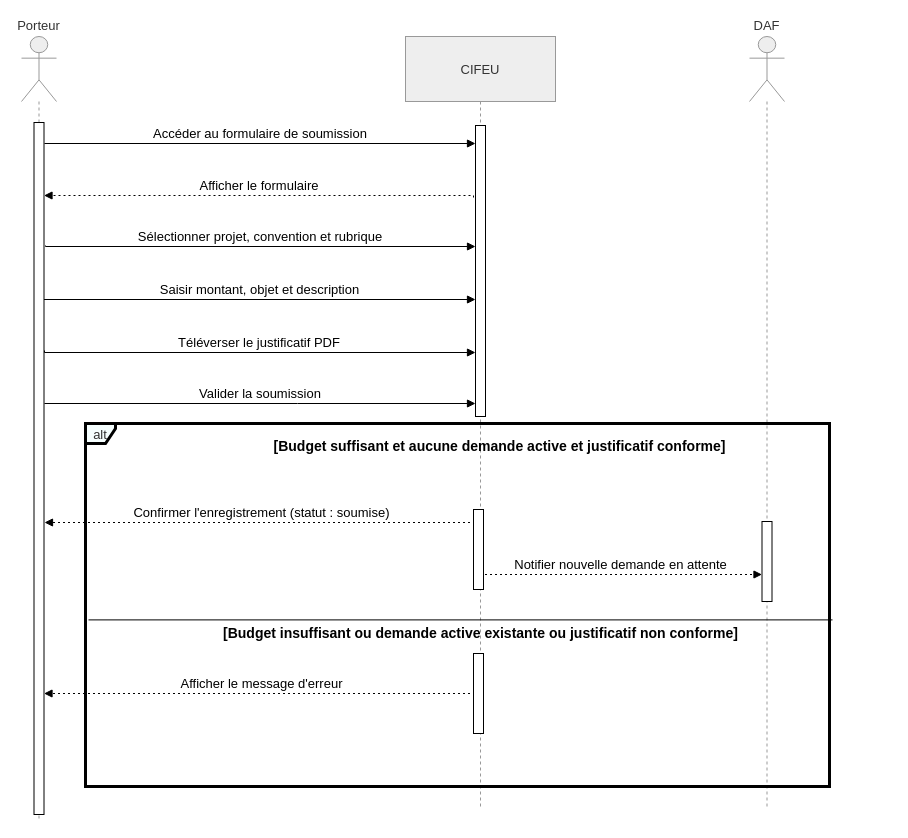
Earlier version of the draw.io diagram rapport/graphe/sequence/Soumettre une demande de dépense.drawio (CheickOuedraogo/stage). Source tidied: cells renumbered, new cells numbered last; positions are measured from the earlier drawing's top-left corner, leaving out a move shared by most shapes. Both pictures are drawn from the tidied source at 100%, with x=0, y=0 at pixel (21, 36).
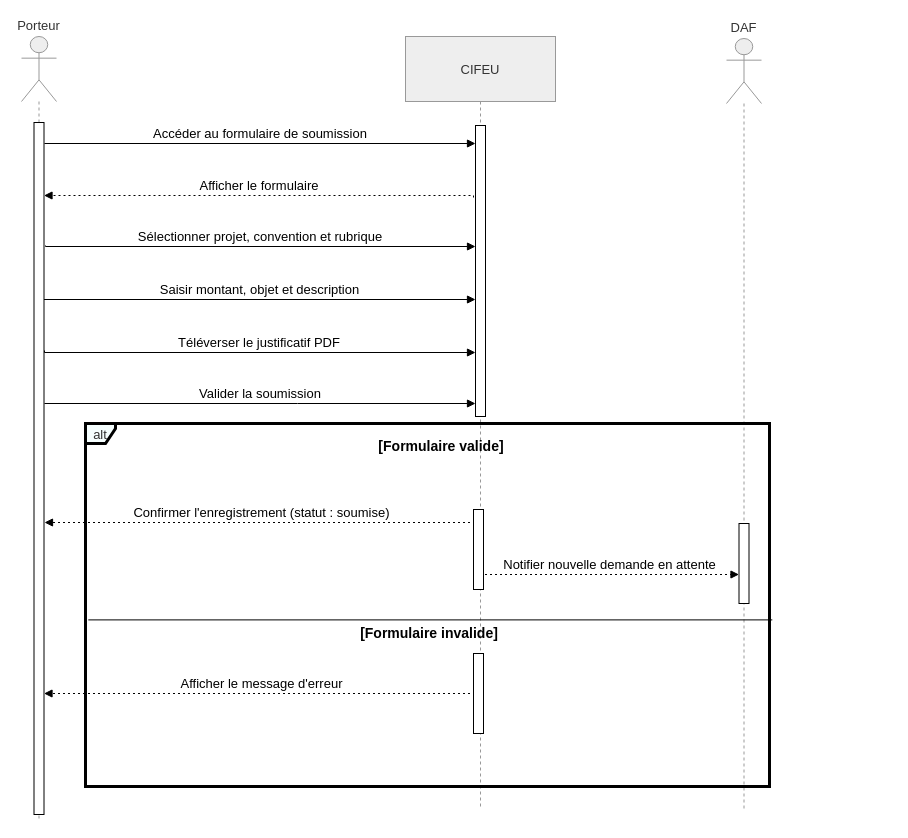
The same diagram, later.

What changed in the source:
```diff
@@
     <mxCell id="6" value="DAF" style="shape=umlLifeline;perimeter=lifelinePerimeter;whiteSpace=wrap;newEdgeStyle={&quot;edgeStyle&quot;:&quot;elbowEdgeStyle&quot;,&quot;elbow&quot;:&quot;vertical&quot;,&quot;curved&quot;:0,&quot;rounded&quot;:0};participant=umlActor;verticalAlign=bottom;labelPosition=center;verticalLabelPosition=top;align=center;size=65;fillColor=light-dark(#eeeeee,#1f2020);strokeColor=light-dark(#999999,#cccccc);fontColor=light-dark(#333333,#cccccc);fontSize=13;" parent="1" vertex="1">
-      <mxGeometry x="728" width="35" height="772" as="geometry" />
+      <mxGeometry x="705" y="2" width="35" height="772" as="geometry" />
     </mxCell>
@@
     <mxCell id="8" value="alt" style="shape=umlFrame;strokeColor=#000000;height=20;width=30;fillColor=light-dark(#F6FFFF,#1F2020);fontColor=light-dark(#333333,#cccccc);strokeWidth=3;fontSize=13;" parent="1" vertex="1">
-      <mxGeometry x="64" y="387" width="744" height="363" as="geometry" />
+      <mxGeometry x="64" y="387" width="684" height="363" as="geometry" />
     </mxCell>
     <mxCell id="9" style="shape=line;whiteSpace=wrap;verticalAlign=top;labelPosition=center;verticalLabelPosition=middle;align=center;strokeColor=#000000;fontSize=13;" parent="8" vertex="1">
-      <mxGeometry x="3" y="182" width="744" height="28.8" as="geometry" />
+      <mxGeometry x="2.8" y="182" width="684" height="28.8" as="geometry" />
     </mxCell>
@@
-    <mxCell id="19" value="[Budget suffisant et aucune demande active et justificatif conforme]" style="text;strokeColor=none;fillColor=none;align=center;verticalAlign=middle;whiteSpace=wrap;fontStyle=1;fontSize=14;" parent="1" vertex="1">
-      <mxGeometry x="87" y="400" width="783" height="20" as="geometry" />
+    <mxCell id="19" value="[Formulaire valide]" style="text;strokeColor=none;fillColor=none;align=center;verticalAlign=middle;whiteSpace=wrap;fontStyle=1;fontSize=14;" parent="1" vertex="1">
+      <mxGeometry x="87" y="400" width="666" height="20" as="geometry" />
     </mxCell>
@@
-    <mxCell id="22" value="[Budget insuffisant ou demande active existante ou justificatif non conforme]" style="text;strokeColor=none;fillColor=none;align=center;verticalAlign=middle;whiteSpace=wrap;fontStyle=1;fontSize=14;" parent="1" vertex="1">
-      <mxGeometry x="67.5" y="587" width="783" height="20" as="geometry" />
+    <mxCell id="22" value="[Formulaire invalide]" style="text;strokeColor=none;fillColor=none;align=center;verticalAlign=middle;whiteSpace=wrap;fontStyle=1;fontSize=14;" parent="1" vertex="1">
+      <mxGeometry x="67.5" y="587" width="679.5" height="20" as="geometry" />
     </mxCell>
```
